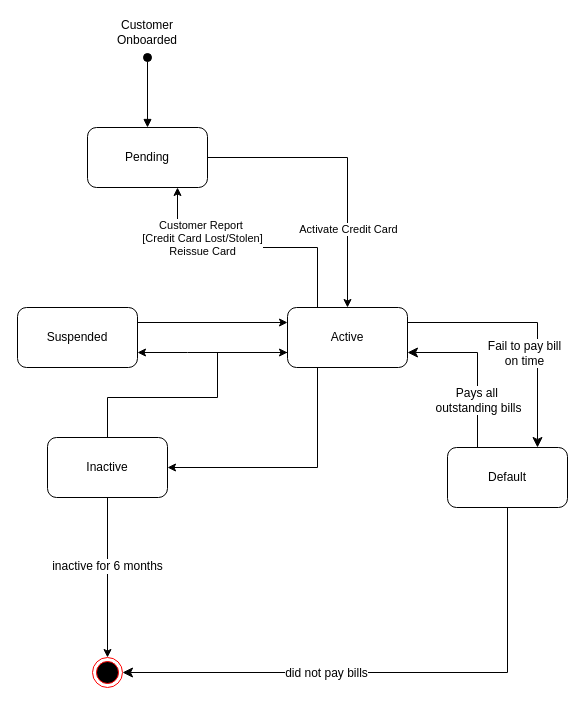
Above: workshop6_week7.drawio in antonykimuom/SWEN30006-2025-SM1-workshop1-tuew05-14-00-team-12 (draw.io), before the change. Source tidied: cells renumbered, new cells numbered last; positions are measured from the earlier drawing's top-left corner, leaving out a move shared by most shapes. Both pictures are drawn from the tidied source at 100%, with x=0, y=0 at pixel (17, 17).
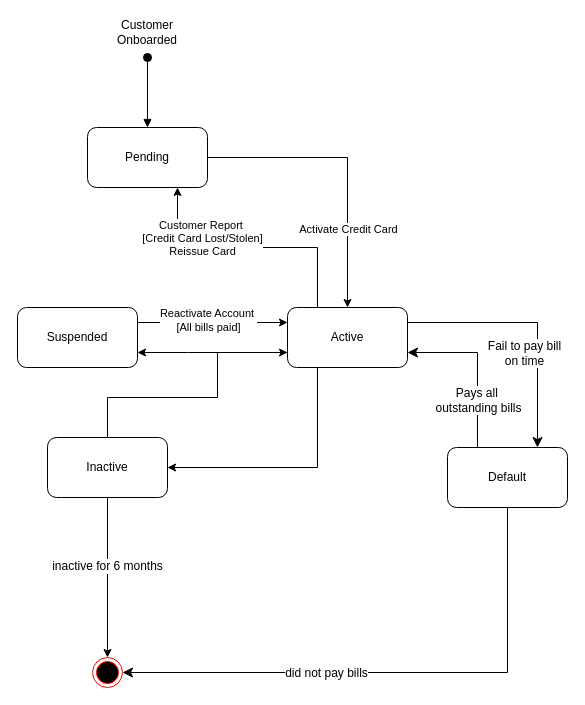
Above is the later version.

Commit message:
added label for suspended to active

The change refers to these unchanged cells:
```xml
<mxCell id="5" style="edgeStyle=orthogonalEdgeStyle;rounded=0;jettySize=auto;html=1;entryX=0;entryY=0.25;entryDx=0;entryDy=0;exitX=1;exitY=0.25;exitDx=0;exitDy=0;" parent="1" edge="1" source="6" target="12">
  <mxGeometry relative="1" as="geometry" />
</mxCell>
```

What changed in the source:
```diff
@@
+    <mxCell id="26" value="Reactivate Account&amp;nbsp;&lt;div&gt;[All bills paid]&lt;/div&gt;" style="edgeLabel;html=1;align=center;verticalAlign=middle;" parent="5" vertex="1">
+      <mxGeometry x="-0.07" y="3" relative="1" as="geometry" />
+    </mxCell>
```
